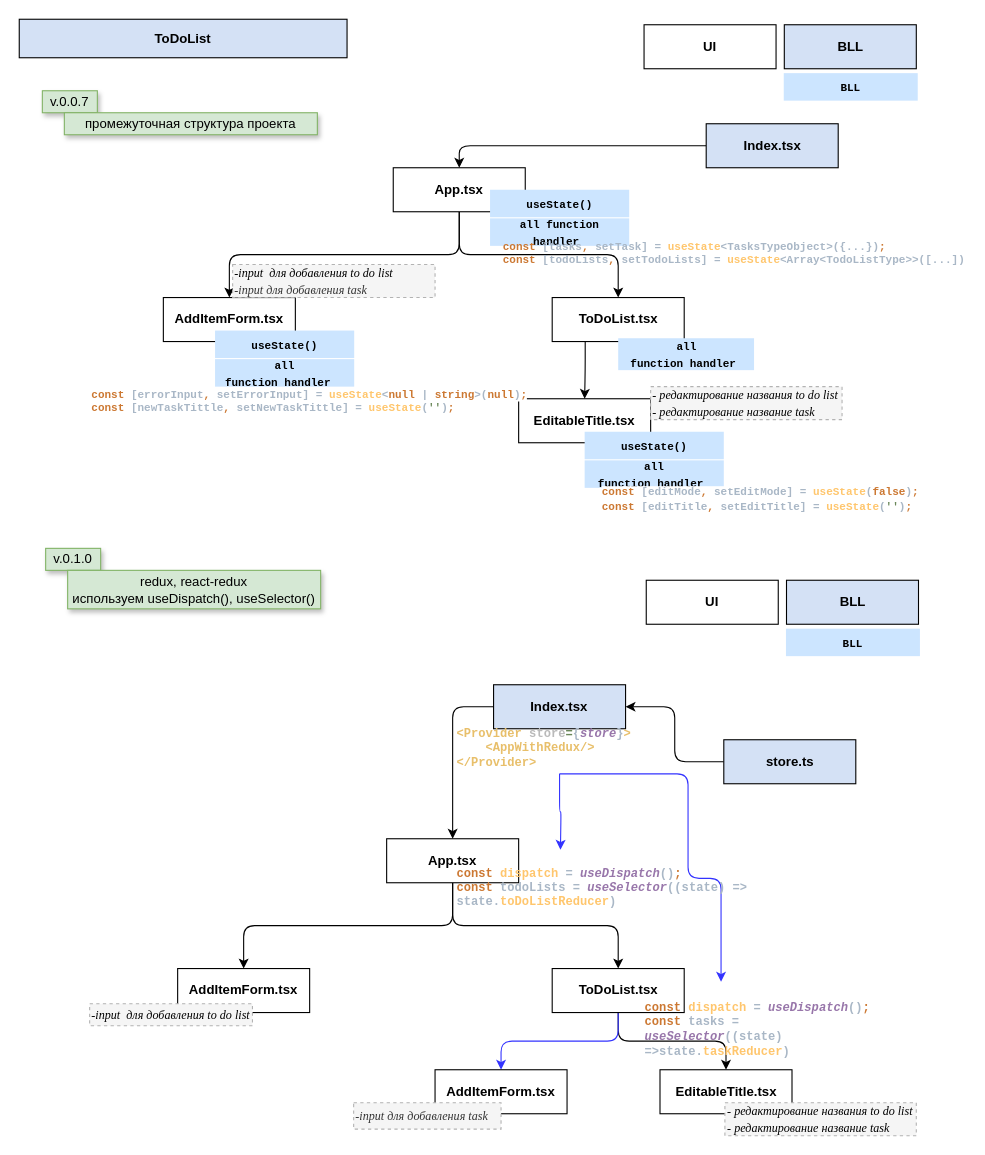
Before: ToDoList.drawio in AndrosovMA/ToDoList, a draw.io diagram. Source tidied: cells renumbered, new cells numbered last; positions are measured from the earlier drawing's top-left corner, leaving out a move shared by most shapes. Both pictures are drawn from the tidied source at 110%, with x=0, y=0 at pixel (19, 19).
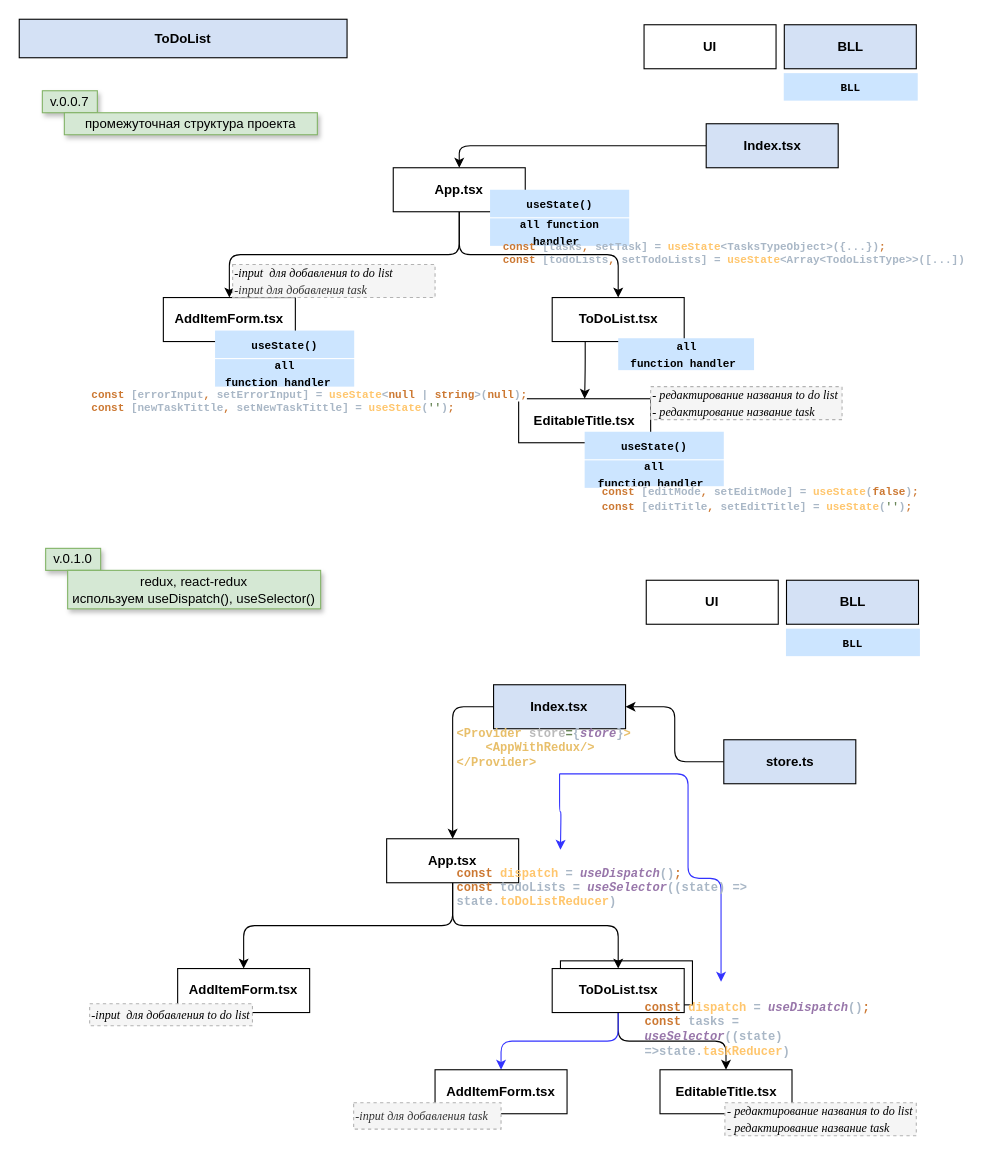
The same diagram, later.

Change to the diagram source:
```diff
@@
+    <mxCell id="59" style="rounded=0;whiteSpace=wrap;html=1;fillColor=#FFFFFF;" parent="1" vertex="1">
+      <mxGeometry x="492" y="856" width="120" height="40" as="geometry" />
+    </mxCell>
```
